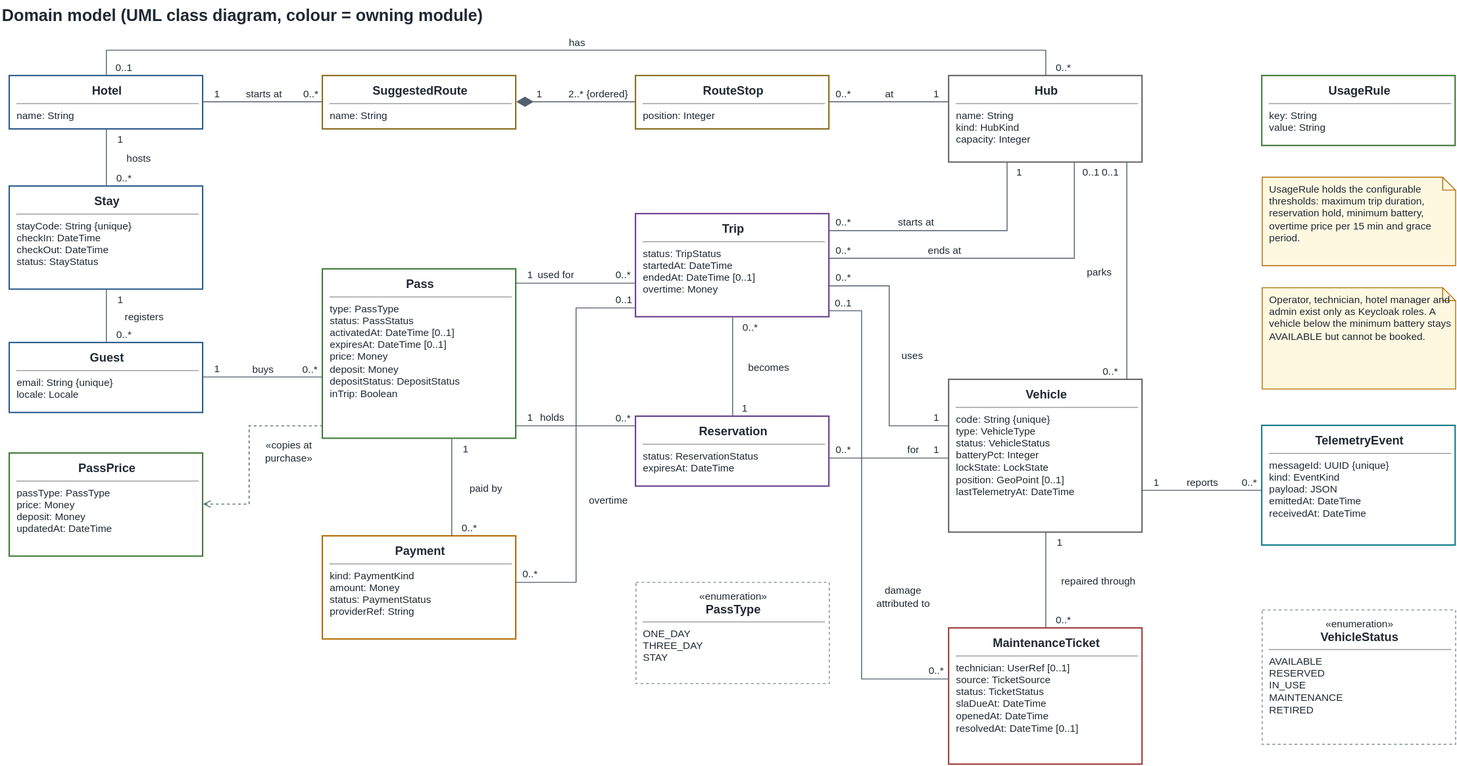
TQS-RiaRide/RIARide keeps this draw.io diagram as docs/architecture/diagrams/10-domain-model.drawio.svg. Above is the earlier version. Source tidied: cells renumbered, new cells last; positions are measured from the earlier drawing's top-left corner, leaving out a move shared by most shapes.
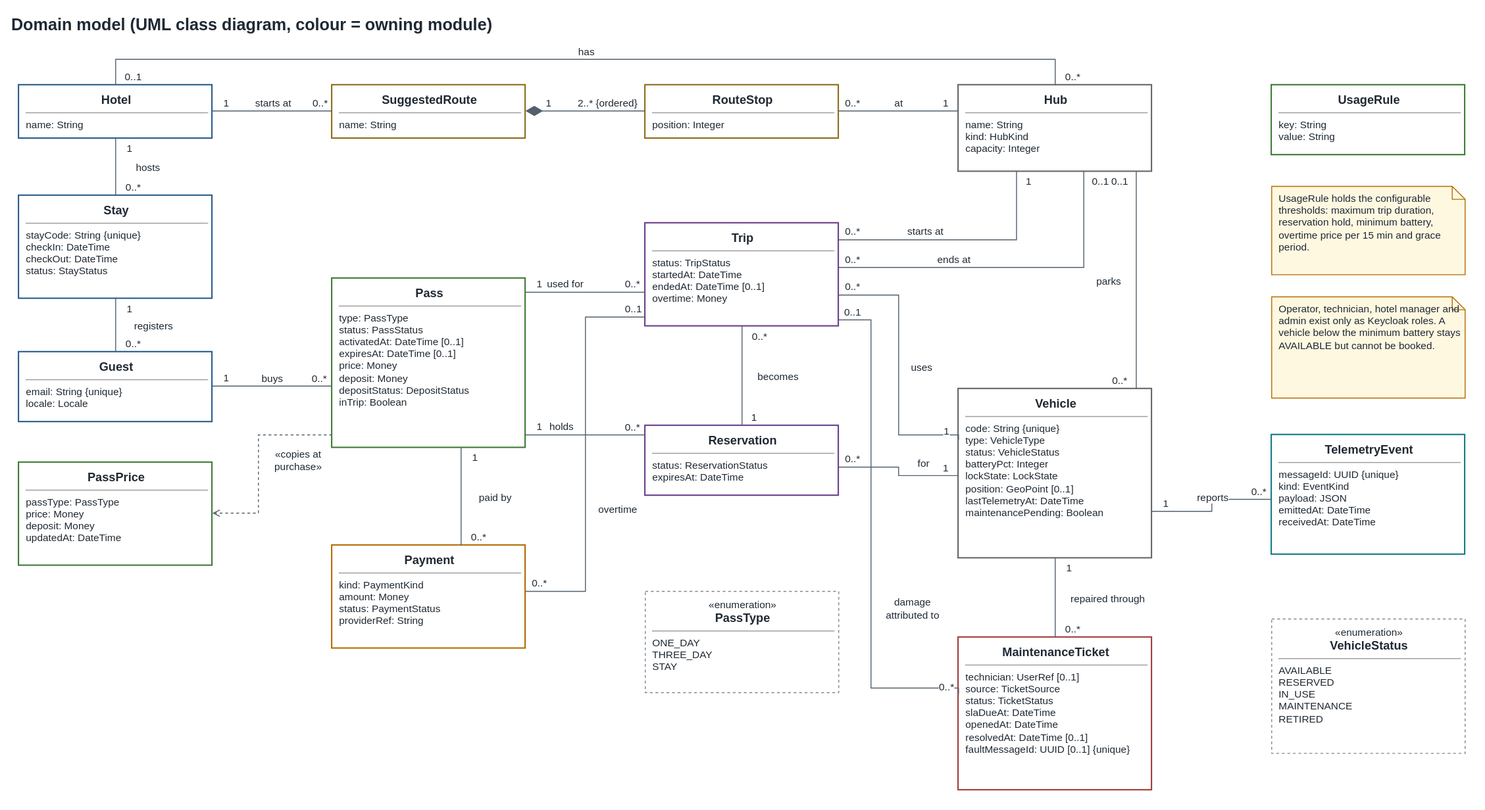
The same file after the commit.

Commit message:
docs: RIA-10 RIA-11 handle vehicle faults without a module cycle

The edit, as a diff of the source:
```diff
@@ -38,11 +38,11 @@
     <mxCell id="13" value="&lt;div style='width:196px;text-align:center;font-size:13px'&gt;&lt;b&gt;Hub&lt;/b&gt;&lt;/div&gt;&lt;hr size='1' style='width:196px'&gt;name: String&lt;br&gt;kind: HubKind&lt;br&gt;capacity: Integer" style="html=1;whiteSpace=wrap;fontFamily=Helvetica;fontColor=#1F2933;rounded=0;align=left;verticalAlign=top;spacingLeft=6;spacingRight=6;spacingTop=2;fontSize=11;fillColor=#FFFFFF;strokeColor=#666666;strokeWidth=1.5;" parent="1" vertex="1">
       <mxGeometry x="1030" y="82" width="210" height="94" as="geometry" />
     </mxCell>
-    <mxCell id="14" value="&lt;div style='width:196px;text-align:center;font-size:13px'&gt;&lt;b&gt;Vehicle&lt;/b&gt;&lt;/div&gt;&lt;hr size='1' style='width:196px'&gt;code: String {unique}&lt;br&gt;type: VehicleType&lt;br&gt;status: VehicleStatus&lt;br&gt;batteryPct: Integer&lt;br&gt;lockState: LockState&lt;br&gt;position: GeoPoint [0..1]&lt;br&gt;lastTelemetryAt: DateTime" style="html=1;whiteSpace=wrap;fontFamily=Helvetica;fontColor=#1F2933;rounded=0;align=left;verticalAlign=top;spacingLeft=6;spacingRight=6;spacingTop=2;fontSize=11;fillColor=#FFFFFF;strokeColor=#666666;strokeWidth=1.5;" parent="1" vertex="1">
-      <mxGeometry x="1030" y="412" width="210" height="166" as="geometry" />
+    <mxCell id="14" value="&lt;div style='width:196px;text-align:center;font-size:13px'&gt;&lt;b&gt;Vehicle&lt;/b&gt;&lt;/div&gt;&lt;hr size='1' style='width:196px'&gt;code: String {unique}&lt;br&gt;type: VehicleType&lt;br&gt;status: VehicleStatus&lt;br&gt;batteryPct: Integer&lt;br&gt;lockState: LockState&lt;br&gt;position: GeoPoint [0..1]&lt;br&gt;lastTelemetryAt: DateTime&lt;br&gt;maintenancePending: Boolean" style="html=1;whiteSpace=wrap;fontFamily=Helvetica;fontColor=#1F2933;rounded=0;align=left;verticalAlign=top;spacingLeft=6;spacingRight=6;spacingTop=2;fontSize=11;fillColor=#FFFFFF;strokeColor=#666666;strokeWidth=1.5;" parent="1" vertex="1">
+      <mxGeometry x="1030" y="412" width="210" height="184" as="geometry" />
     </mxCell>
-    <mxCell id="15" value="&lt;div style='width:196px;text-align:center;font-size:13px'&gt;&lt;b&gt;MaintenanceTicket&lt;/b&gt;&lt;/div&gt;&lt;hr size='1' style='width:196px'&gt;technician: UserRef [0..1]&lt;br&gt;source: TicketSource&lt;br&gt;status: TicketStatus&lt;br&gt;slaDueAt: DateTime&lt;br&gt;openedAt: DateTime&lt;br&gt;resolvedAt: DateTime [0..1]" style="html=1;whiteSpace=wrap;fontFamily=Helvetica;fontColor=#1F2933;rounded=0;align=left;verticalAlign=top;spacingLeft=6;spacingRight=6;spacingTop=2;fontSize=11;fillColor=#FFFFFF;strokeColor=#A23B3B;strokeWidth=1.5;" parent="1" vertex="1">
-      <mxGeometry x="1030" y="682" width="210" height="148" as="geometry" />
+    <mxCell id="15" value="&lt;div style='width:196px;text-align:center;font-size:13px'&gt;&lt;b&gt;MaintenanceTicket&lt;/b&gt;&lt;/div&gt;&lt;hr size='1' style='width:196px'&gt;technician: UserRef [0..1]&lt;br&gt;source: TicketSource&lt;br&gt;status: TicketStatus&lt;br&gt;slaDueAt: DateTime&lt;br&gt;openedAt: DateTime&lt;br&gt;resolvedAt: DateTime [0..1]&lt;br&gt;faultMessageId: UUID [0..1] {unique}" style="html=1;whiteSpace=wrap;fontFamily=Helvetica;fontColor=#1F2933;rounded=0;align=left;verticalAlign=top;spacingLeft=6;spacingRight=6;spacingTop=2;fontSize=11;fillColor=#FFFFFF;strokeColor=#A23B3B;strokeWidth=1.5;" parent="1" vertex="1">
+      <mxGeometry x="1030" y="682" width="210" height="166" as="geometry" />
     </mxCell>
     <mxCell id="16" value="&lt;div style='width:196px;text-align:center;font-size:13px'&gt;&lt;b&gt;UsageRule&lt;/b&gt;&lt;/div&gt;&lt;hr size='1' style='width:196px'&gt;key: String&lt;br&gt;value: String" style="html=1;whiteSpace=wrap;fontFamily=Helvetica;fontColor=#1F2933;rounded=0;align=left;verticalAlign=top;spacingLeft=6;spacingRight=6;spacingTop=2;fontSize=11;fillColor=#FFFFFF;strokeColor=#3E7B36;strokeWidth=1.5;" parent="1" vertex="1">
       <mxGeometry x="1370" y="82" width="210" height="76" as="geometry" />
```
